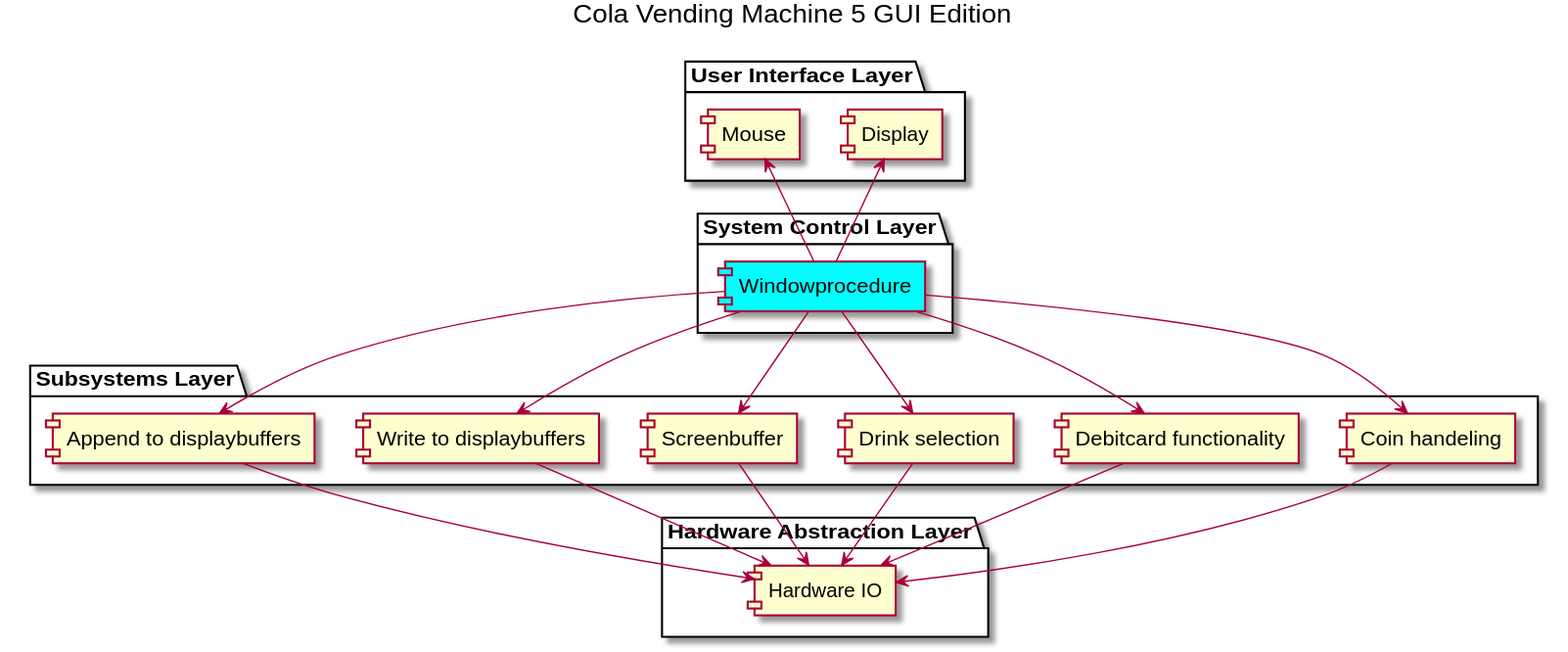
Above: PUML/Cola Vending Machine 5 GUI Edition.svg in CupOfEspresso/ColaVendingMachine-5 (PlantUML), before the change.
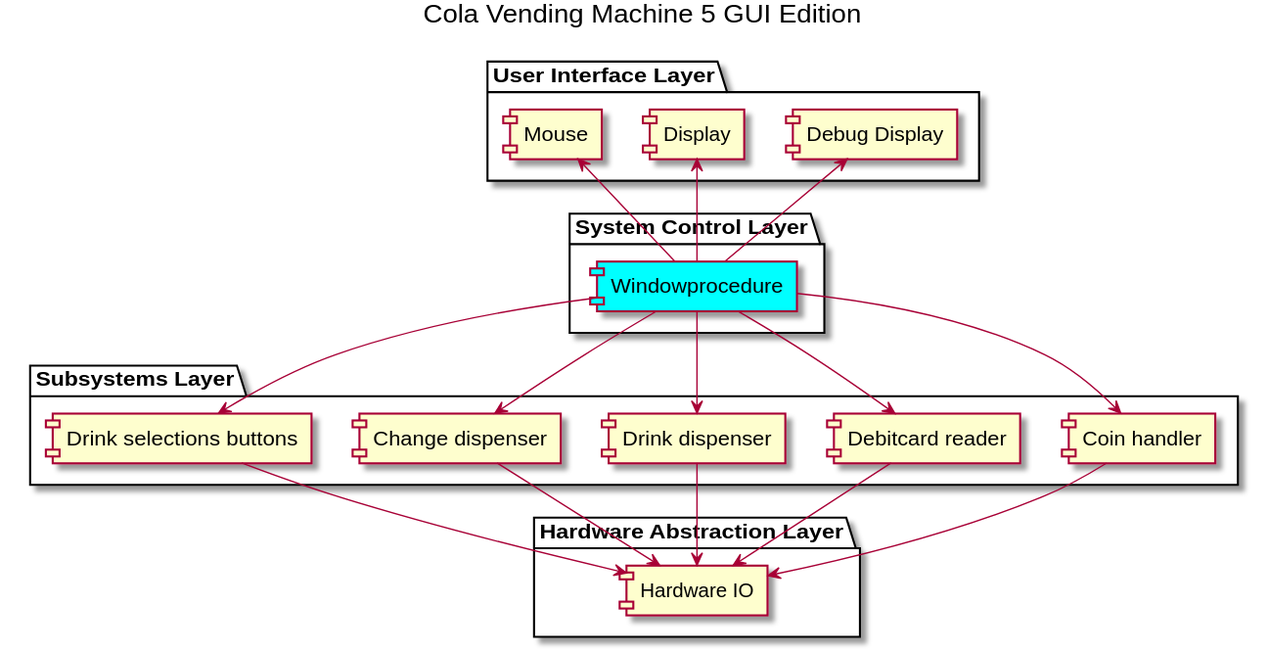
The same diagram one commit later.

Diff of the diagram source:
```diff
@@ -5,6 +5,7 @@
 
 package "User Interface Layer" {
     [Display]
+    [Debug Display]
     [Mouse]
 }
 
@@ -13,12 +14,11 @@
 }
 
 package "Subsystems Layer" {
-    [Coin handeling]
-    [Debitcard functionality]
-    [Drink selection]
-    [Screenbuffer]
-    [Write to displaybuffers]
-    [Append to displaybuffers]
+    [Coin handler]
+    [Debitcard reader]
+    [Drink dispenser]
+    [Change dispenser]
+    [Drink selections buttons]
 }
 
 package "Hardware Abstraction Layer" {
@@ -27,18 +27,17 @@
 
 [Windowprocedure] -up-> [Mouse]
 [Windowprocedure] -up-> [Display]
+[Windowprocedure] -up-> [Debug Display]
 
-[Windowprocedure] -down-> [Coin handeling]
-[Windowprocedure] -down-> [Debitcard functionality]
-[Windowprocedure] -down-> [Drink selection]
-[Windowprocedure] -down-> [Screenbuffer]
-[Windowprocedure] -down-> [Write to displaybuffers]
-[Windowprocedure] -down-> [Append to displaybuffers]
+[Windowprocedure] -down-> [Coin handler]
+[Windowprocedure] -down-> [Debitcard reader]
+[Windowprocedure] -down-> [Drink dispenser]
+[Windowprocedure] -down-> [Change dispenser]
+[Windowprocedure] -down-> [Drink selections buttons]
 
-[Coin handeling] -down-> [Hardware IO]
-[Debitcard functionality] -down-> [Hardware IO]
-[Drink selection] -down-> [Hardware IO]
-[Screenbuffer] -down-> [Hardware IO]
-[Write to displaybuffers] -down-> [Hardware IO]
-[Append to displaybuffers] -down-> [Hardware IO]
+[Coin handler] -down-> [Hardware IO]
+[Debitcard reader] -down-> [Hardware IO]
+[Drink dispenser] -down-> [Hardware IO]
+[Change dispenser] -down-> [Hardware IO]
+[Drink selections buttons] -down-> [Hardware IO]
 @enduml
```
